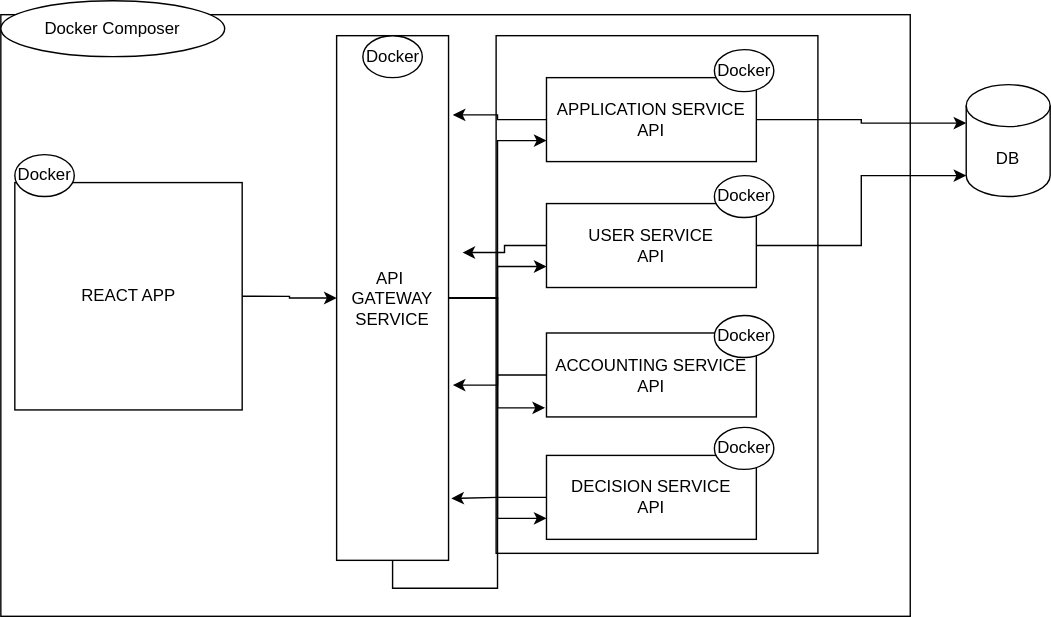
Above: architecture.svg in lochanadinidu94/demyst-loan-application (draw.io), before the change. Source tidied: cells renumbered, new cells last; positions are measured from the earlier drawing's top-left corner, leaving out a move shared by most shapes.
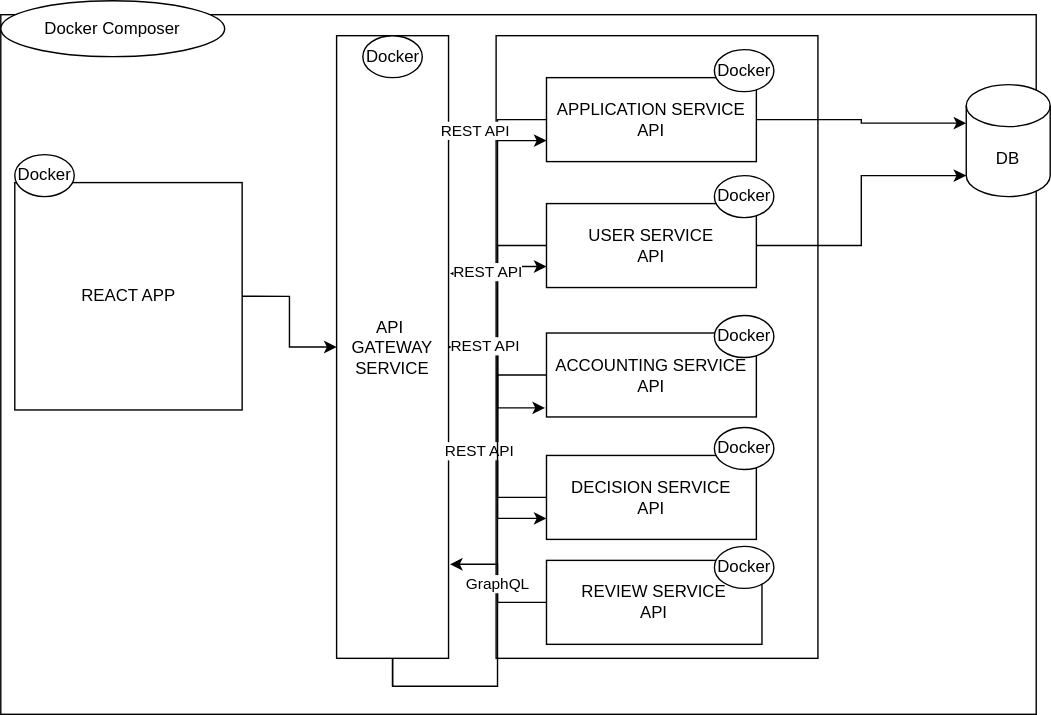
Later version of the same file.

The edit, as a diff of the source:
```diff
@@ -3,10 +3,10 @@
     <mxCell id="0" />
     <mxCell id="1" parent="0" />
     <mxCell id="2" style="rounded=0;whiteSpace=wrap;html=1;" parent="1" vertex="1">
-      <mxGeometry y="10" width="650" height="430" as="geometry" />
+      <mxGeometry y="10" width="740" height="500" as="geometry" />
     </mxCell>
     <mxCell id="3" style="whiteSpace=wrap;html=1;fillColor=none;" parent="1" vertex="1">
-      <mxGeometry x="354" y="25" width="230" height="370" as="geometry" />
+      <mxGeometry x="354" y="25" width="230" height="445" as="geometry" />
     </mxCell>
     <mxCell id="4" style="edgeStyle=orthogonalEdgeStyle;rounded=0;jettySize=auto;html=1;exitX=0.5;exitY=1;exitDx=0;exitDy=0;" parent="1" edge="1" source="9">
       <mxGeometry relative="1" as="geometry">
@@ -26,7 +26,7 @@
       <mxGeometry relative="1" as="geometry" />
     </mxCell>
     <mxCell id="9" value="API&amp;nbsp;&lt;br&gt;GATEWAY&lt;br&gt;SERVICE" style="rounded=0;whiteSpace=wrap;html=1;" parent="1" vertex="1">
-      <mxGeometry x="240" y="25" width="80" height="375" as="geometry" />
+      <mxGeometry x="240" y="25" width="80" height="445" as="geometry" />
     </mxCell>
     <mxCell id="10" style="edgeStyle=orthogonalEdgeStyle;rounded=0;jettySize=auto;html=1;exitX=1;exitY=0.5;exitDx=0;exitDy=0;entryX=0;entryY=0;entryDx=0;entryDy=27.5;entryPerimeter=0;" parent="1" edge="1" source="12" target="20">
       <mxGeometry relative="1" as="geometry" />
@@ -34,29 +34,39 @@
     <mxCell id="11" style="edgeStyle=orthogonalEdgeStyle;rounded=0;jettySize=auto;html=1;exitX=0;exitY=0.5;exitDx=0;exitDy=0;entryX=1.038;entryY=0.151;entryDx=0;entryDy=0;entryPerimeter=0;" parent="1" edge="1" source="12" target="9">
       <mxGeometry relative="1" as="geometry" />
     </mxCell>
+    <mxCell id="30" value="REST API" style="edgeLabel;html=1;align=center;verticalAlign=middle;" parent="11" vertex="1">
+      <mxGeometry x="0.6" relative="1" as="geometry" />
+    </mxCell>
     <mxCell id="12" value="APPLICATION SERVICE&lt;br&gt;API" style="rounded=0;whiteSpace=wrap;html=1;" parent="1" vertex="1">
       <mxGeometry x="390" y="55" width="150" height="60" as="geometry" />
     </mxCell>
     <mxCell id="13" style="edgeStyle=orthogonalEdgeStyle;rounded=0;jettySize=auto;html=1;exitX=0;exitY=0.5;exitDx=0;exitDy=0;entryX=1.038;entryY=0.666;entryDx=0;entryDy=0;entryPerimeter=0;" parent="1" edge="1" source="14" target="9">
       <mxGeometry relative="1" as="geometry" />
     </mxCell>
+    <mxCell id="31" value="REST API" style="edgeLabel;html=1;align=center;verticalAlign=middle;" parent="13" vertex="1">
+      <mxGeometry x="0.69" relative="1" as="geometry" />
+    </mxCell>
     <mxCell id="14" value="ACCOUNTING SERVICE&lt;br&gt;API" style="rounded=0;whiteSpace=wrap;html=1;" parent="1" vertex="1">
       <mxGeometry x="390" y="237.5" width="150" height="60" as="geometry" />
     </mxCell>
     <mxCell id="15" style="edgeStyle=orthogonalEdgeStyle;rounded=0;jettySize=auto;html=1;exitX=1;exitY=0.5;exitDx=0;exitDy=0;entryX=0;entryY=1;entryDx=0;entryDy=-15;entryPerimeter=0;" parent="1" edge="1" source="17" target="20">
       <mxGeometry relative="1" as="geometry" />
     </mxCell>
-    <mxCell id="16" style="edgeStyle=orthogonalEdgeStyle;rounded=0;jettySize=auto;html=1;exitX=0;exitY=0.5;exitDx=0;exitDy=0;" parent="1" edge="1" source="17">
-      <mxGeometry relative="1" as="geometry">
-        <mxPoint x="330" y="180" as="targetPoint" />
-      </mxGeometry>
+    <mxCell id="16" style="edgeStyle=orthogonalEdgeStyle;rounded=0;jettySize=auto;html=1;exitX=0;exitY=0.5;exitDx=0;exitDy=0;entryX=1.013;entryY=0.382;entryDx=0;entryDy=0;entryPerimeter=0;" parent="1" edge="1" source="17" target="9">
+      <mxGeometry relative="1" as="geometry" />
     </mxCell>
+    <mxCell id="32" value="REST API" style="edgeLabel;html=1;align=center;verticalAlign=middle;" parent="16" vertex="1">
+      <mxGeometry x="0.42" y="-1" relative="1" as="geometry" />
+    </mxCell>
     <mxCell id="17" value="USER SERVICE&lt;br&gt;API" style="rounded=0;whiteSpace=wrap;html=1;" parent="1" vertex="1">
       <mxGeometry x="390" y="145" width="150" height="60" as="geometry" />
     </mxCell>
-    <mxCell id="18" style="edgeStyle=orthogonalEdgeStyle;rounded=0;jettySize=auto;html=1;exitX=0;exitY=0.5;exitDx=0;exitDy=0;entryX=1.025;entryY=0.882;entryDx=0;entryDy=0;entryPerimeter=0;" parent="1" edge="1" source="19" target="9">
+    <mxCell id="18" style="edgeStyle=orthogonalEdgeStyle;rounded=0;jettySize=auto;html=1;exitX=0;exitY=0.5;exitDx=0;exitDy=0;" parent="1" edge="1" source="19" target="9">
       <mxGeometry relative="1" as="geometry" />
     </mxCell>
+    <mxCell id="33" value="REST API" style="edgeLabel;html=1;align=center;verticalAlign=middle;" parent="18" vertex="1">
+      <mxGeometry x="0.72" y="-1" relative="1" as="geometry" />
+    </mxCell>
     <mxCell id="19" value="DECISION SERVICE&lt;br&gt;API" style="rounded=0;whiteSpace=wrap;html=1;" parent="1" vertex="1">
       <mxGeometry x="390" y="325" width="150" height="60" as="geometry" />
     </mxCell>
@@ -90,5 +100,14 @@
     <mxCell id="29" value="Docker" style="ellipse;whiteSpace=wrap;html=1;align=center;newEdgeStyle={&quot;edgeStyle&quot;:&quot;entityRelationEdgeStyle&quot;,&quot;startArrow&quot;:&quot;none&quot;,&quot;endArrow&quot;:&quot;none&quot;,&quot;segment&quot;:10,&quot;curved&quot;:1};" parent="1" vertex="1">
       <mxGeometry x="258.8" y="25" width="42.5" height="30" as="geometry" />
     </mxCell>
+    <mxCell id="34" value="GraphQL" style="edgeStyle=orthogonalEdgeStyle;rounded=0;jettySize=auto;html=1;entryX=1.013;entryY=0.849;entryDx=0;entryDy=0;entryPerimeter=0;" parent="1" edge="1" source="35" target="9">
+      <mxGeometry relative="1" as="geometry" />
+    </mxCell>
+    <mxCell id="35" value="REVIEW SERVICE&lt;br&gt;API" style="rounded=0;whiteSpace=wrap;html=1;" parent="1" vertex="1">
+      <mxGeometry x="390" y="400" width="154" height="60" as="geometry" />
+    </mxCell>
+    <mxCell id="36" value="Docker" style="ellipse;whiteSpace=wrap;html=1;align=center;newEdgeStyle={&quot;edgeStyle&quot;:&quot;entityRelationEdgeStyle&quot;,&quot;startArrow&quot;:&quot;none&quot;,&quot;endArrow&quot;:&quot;none&quot;,&quot;segment&quot;:10,&quot;curved&quot;:1};" parent="1" vertex="1">
+      <mxGeometry x="510" y="390" width="42.5" height="30" as="geometry" />
+    </mxCell>
   </root>
 </mxGraphModel>
```
